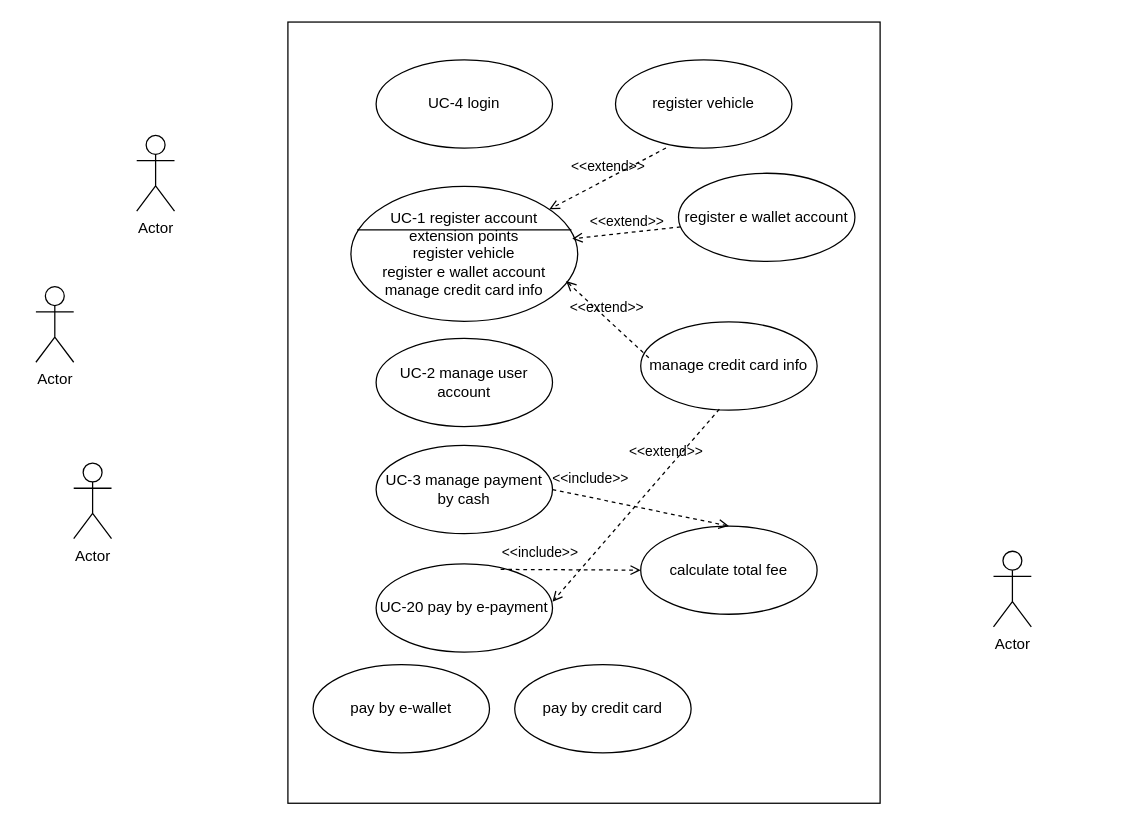
justn0thinghere/drawio keeps this draw.io diagram as Untitled Diagram.drawio. Above is the earlier version. Source tidied: cells renumbered, new cells numbered last; positions are measured from the earlier drawing's top-left corner, leaving out a move shared by most shapes. Both pictures are drawn from the tidied source at 126%, with x=0, y=0 at pixel (35, 21).
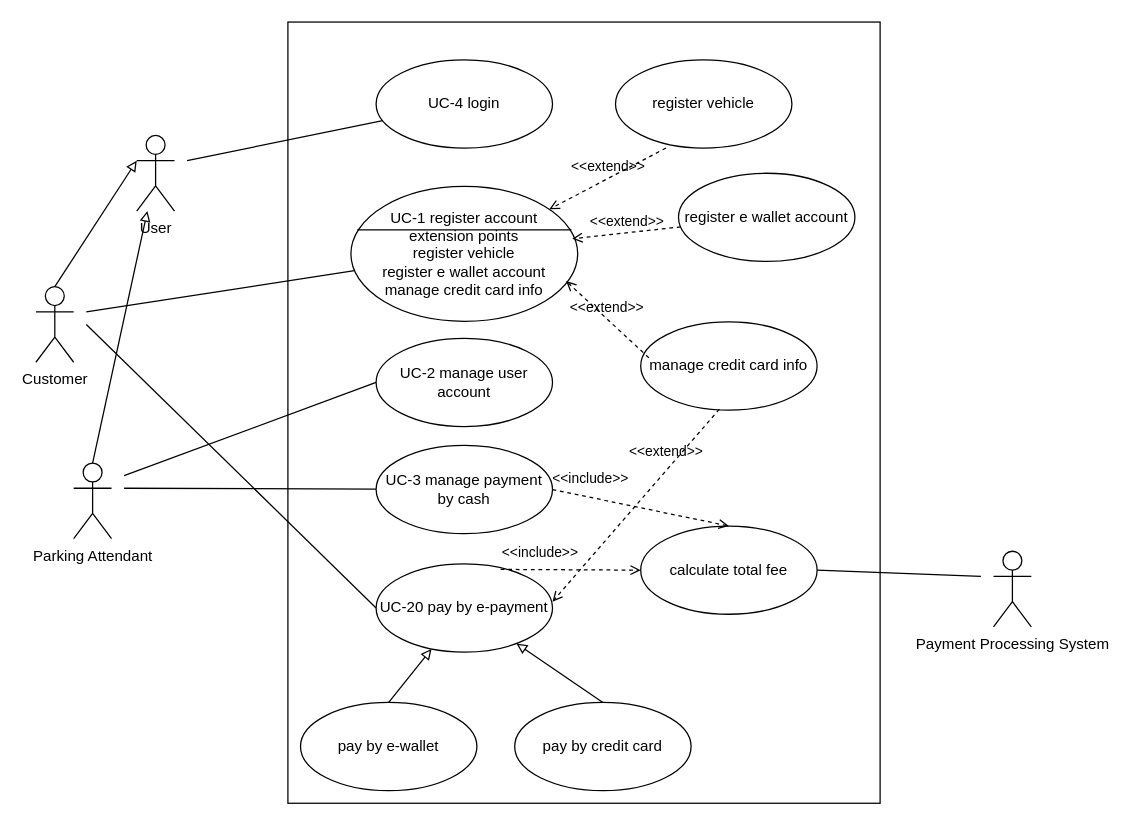
The same diagram, later.

Unchanged cells that the change refers to:
```xml
<mxCell id="7" value="UC-1 register account&lt;div&gt;extension points&lt;/div&gt;&lt;div&gt;register vehicle&lt;/div&gt;&lt;div&gt;register e wallet account&lt;/div&gt;&lt;div&gt;manage credit card info&lt;/div&gt;" style="ellipse;whiteSpace=wrap;html=1;" parent="1" vertex="1">
  <mxGeometry x="250" y="130.5" width="180" height="107" as="geometry" />
</mxCell>
<mxCell id="9" value="UC-2 manage user account" style="ellipse;whiteSpace=wrap;html=1;" parent="1" vertex="1">
  <mxGeometry x="270" y="251" width="140" height="70" as="geometry" />
</mxCell>
<mxCell id="10" value="UC-3 manage payment by cash" style="ellipse;whiteSpace=wrap;html=1;" parent="1" vertex="1">
  <mxGeometry x="270" y="336" width="140" height="70" as="geometry" />
</mxCell>
<mxCell id="11" value="UC-20 pay by e-payment" style="ellipse;whiteSpace=wrap;html=1;" parent="1" vertex="1">
  <mxGeometry x="270" y="430" width="140" height="70" as="geometry" />
</mxCell>
<mxCell id="14" value="calculate total fee" style="ellipse;whiteSpace=wrap;html=1;" parent="1" vertex="1">
  <mxGeometry x="480" y="400" width="140" height="70" as="geometry" />
</mxCell>
<mxCell id="16" value="UC-4 login" style="ellipse;whiteSpace=wrap;html=1;" parent="1" vertex="1">
  <mxGeometry x="270" y="30" width="140" height="70" as="geometry" />
</mxCell>
```

The edit, as a diff of the source:
```diff
@@
-    <mxCell id="2" style="rounded=0;whiteSpace=wrap;html=1;" parent="1" vertex="1">
+    <mxCell id="2" style="rounded=0;whiteSpace=wrap;html=1;strokeColor=default;align=center;verticalAlign=middle;fontFamily=Helvetica;fontSize=11;fontColor=default;labelBackgroundColor=default;" parent="1" vertex="1">
       <mxGeometry x="200" width="470" height="620" as="geometry" />
     </mxCell>
+    <mxCell id="25" style="rounded=0;jettySize=auto;html=1;endArrow=none;endFill=0;" parent="1" edge="1" target="16">
+      <mxGeometry relative="1" as="geometry">
+        <mxPoint x="120" y="110" as="sourcePoint" />
+      </mxGeometry>
+    </mxCell>
-    <mxCell id="3" value="Actor" style="shape=umlActor;verticalLabelPosition=bottom;verticalAlign=top;html=1;" parent="1" vertex="1">
+    <mxCell id="3" value="User" style="shape=umlActor;verticalLabelPosition=bottom;verticalAlign=top;html=1;" parent="1" vertex="1">
       <mxGeometry x="80" y="90" width="30" height="60" as="geometry" />
     </mxCell>
+    <mxCell id="26" style="rounded=0;jettySize=auto;html=1;endArrow=none;endFill=0;" parent="1" edge="1" target="7">
+      <mxGeometry relative="1" as="geometry">
+        <mxPoint x="40" y="230" as="sourcePoint" />
+      </mxGeometry>
+    </mxCell>
+    <mxCell id="27" style="rounded=0;jettySize=auto;html=1;entryX=0;entryY=0.5;entryDx=0;entryDy=0;endArrow=none;endFill=0;" parent="1" edge="1" target="11">
+      <mxGeometry relative="1" as="geometry">
+        <mxPoint x="40" y="240" as="sourcePoint" />
+      </mxGeometry>
+    </mxCell>
-    <mxCell id="4" value="Actor" style="shape=umlActor;verticalLabelPosition=bottom;verticalAlign=top;html=1;" parent="1" vertex="1">
+    <mxCell id="4" value="Customer" style="shape=umlActor;verticalLabelPosition=bottom;verticalAlign=top;html=1;" parent="1" vertex="1">
       <mxGeometry y="210" width="30" height="60" as="geometry" />
     </mxCell>
+    <mxCell id="28" style="rounded=0;jettySize=auto;html=1;exitX=0.5;exitY=0;exitDx=0;exitDy=0;exitPerimeter=0;endArrow=block;endFill=0;" parent="1" edge="1" source="5" target="3">
+      <mxGeometry relative="1" as="geometry" />
+    </mxCell>
+    <mxCell id="29" style="rounded=0;jettySize=auto;html=1;endArrow=none;endFill=0;" parent="1" edge="1" target="10">
+      <mxGeometry relative="1" as="geometry">
+        <mxPoint x="70" y="370" as="sourcePoint" />
+      </mxGeometry>
+    </mxCell>
+    <mxCell id="30" style="rounded=0;jettySize=auto;html=1;entryX=0;entryY=0.5;entryDx=0;entryDy=0;endArrow=none;endFill=0;" parent="1" edge="1" target="9">
+      <mxGeometry relative="1" as="geometry">
+        <mxPoint x="70" y="360" as="sourcePoint" />
+      </mxGeometry>
+    </mxCell>
-    <mxCell id="5" value="Actor" style="shape=umlActor;verticalLabelPosition=bottom;verticalAlign=top;html=1;" parent="1" vertex="1">
+    <mxCell id="5" value="Parking Attendant" style="shape=umlActor;verticalLabelPosition=bottom;verticalAlign=top;html=1;" parent="1" vertex="1">
       <mxGeometry x="30" y="350" width="30" height="60" as="geometry" />
     </mxCell>
-    <mxCell id="6" value="Actor" style="shape=umlActor;verticalLabelPosition=bottom;verticalAlign=top;html=1;" parent="1" vertex="1">
+    <mxCell id="6" value="Payment Processing System" style="shape=umlActor;verticalLabelPosition=bottom;verticalAlign=top;html=1;" parent="1" vertex="1">
       <mxGeometry x="760" y="420" width="30" height="60" as="geometry" />
     </mxCell>
@@
+    <mxCell id="31" style="rounded=0;jettySize=auto;html=1;exitX=0.5;exitY=0;exitDx=0;exitDy=0;endArrow=block;endFill=0;" parent="1" edge="1" source="12" target="11">
+      <mxGeometry relative="1" as="geometry" />
+    </mxCell>
     <mxCell id="12" value="pay by e-wallet" style="ellipse;whiteSpace=wrap;html=1;" parent="1" vertex="1">
-      <mxGeometry x="220" y="510" width="140" height="70" as="geometry" />
+      <mxGeometry x="210" y="540" width="140" height="70" as="geometry" />
     </mxCell>
+    <mxCell id="32" style="rounded=0;jettySize=auto;html=1;exitX=0.5;exitY=0;exitDx=0;exitDy=0;endArrow=block;endFill=0;" parent="1" edge="1" source="13" target="11">
+      <mxGeometry relative="1" as="geometry" />
+    </mxCell>
     <mxCell id="13" value="pay by credit card" style="ellipse;whiteSpace=wrap;html=1;" parent="1" vertex="1">
-      <mxGeometry x="380" y="510" width="140" height="70" as="geometry" />
+      <mxGeometry x="380" y="540" width="140" height="70" as="geometry" />
     </mxCell>
@@
+    <mxCell id="33" style="rounded=0;jettySize=auto;html=1;exitX=0.5;exitY=0;exitDx=0;exitDy=0;exitPerimeter=0;entryX=0;entryY=0.3333333333333333;entryDx=0;entryDy=0;entryPerimeter=0;endArrow=block;endFill=0;" parent="1" edge="1" source="4" target="3">
+      <mxGeometry relative="1" as="geometry" />
+    </mxCell>
+    <mxCell id="34" style="rounded=0;jettySize=auto;html=1;entryX=1;entryY=0.5;entryDx=0;entryDy=0;endArrow=none;endFill=0;" parent="1" edge="1" target="14">
+      <mxGeometry relative="1" as="geometry">
+        <mxPoint x="750" y="440" as="sourcePoint" />
+      </mxGeometry>
+    </mxCell>
```
